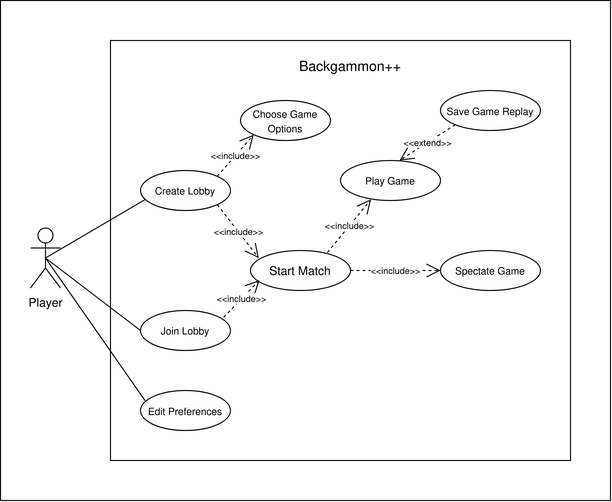
Earlier version of the draw.io export docs/UseCaseDiagram.png (daniilgrbic/BackgammonPP). Source tidied: cells renumbered, new cells last; positions are measured from the earlier drawing's top-left corner, leaving out a move shared by most shapes. The source it was exported from:
```xml
<mxGraphModel>
  <root>
    <mxCell id="0" />
    <mxCell id="1" parent="0" />
    <mxCell id="2" style="whiteSpace=wrap;html=1;" parent="1" vertex="1">
      <mxGeometry width="610" height="500" as="geometry" />
    </mxCell>
    <mxCell id="3" value="&lt;div&gt;Player&lt;/div&gt;" style="shape=umlActor;verticalLabelPosition=bottom;verticalAlign=top;html=1;outlineConnect=0;" parent="1" vertex="1">
      <mxGeometry x="30" y="227.5" width="30" height="60" as="geometry" />
    </mxCell>
    <mxCell id="4" style="rounded=0;whiteSpace=wrap;html=1;" parent="1" vertex="1">
      <mxGeometry x="110" y="40" width="460" height="420" as="geometry" />
    </mxCell>
    <mxCell id="5" value="&lt;font style=&quot;font-size: 14px;&quot;&gt;Backgammon++&lt;/font&gt;" style="text;html=1;strokeColor=none;fillColor=none;align=center;verticalAlign=middle;whiteSpace=wrap;rounded=0;" parent="1" vertex="1">
      <mxGeometry x="300" y="50" width="100" height="30" as="geometry" />
    </mxCell>
    <mxCell id="6" value="&lt;font style=&quot;font-size: 10px;&quot;&gt;Choose Game Options&lt;/font&gt;" style="ellipse;whiteSpace=wrap;html=1;" parent="1" vertex="1">
      <mxGeometry x="240" y="100" width="90" height="40" as="geometry" />
    </mxCell>
    <mxCell id="7" value="Start Match" style="ellipse;whiteSpace=wrap;html=1;" parent="1" vertex="1">
      <mxGeometry x="250" y="250" width="100" height="40" as="geometry" />
    </mxCell>
    <mxCell id="8" value="&lt;div style=&quot;font-size: 10px;&quot;&gt;Create Lobby&lt;/div&gt;" style="ellipse;whiteSpace=wrap;html=1;" parent="1" vertex="1">
      <mxGeometry x="140" y="170" width="90" height="40" as="geometry" />
    </mxCell>
    <mxCell id="9" value="&lt;div style=&quot;font-size: 10px;&quot;&gt;Join Lobby&lt;/div&gt;" style="ellipse;whiteSpace=wrap;html=1;fontSize=10;" parent="1" vertex="1">
      <mxGeometry x="140" y="310" width="90" height="40" as="geometry" />
    </mxCell>
    <mxCell id="10" style="endArrow=none;html=1;rounded=0;exitX=0.5;exitY=0.5;exitDx=0;exitDy=0;exitPerimeter=0;entryX=0.054;entryY=0.723;entryDx=0;entryDy=0;entryPerimeter=0;" parent="1" edge="1" source="3" target="8">
      <mxGeometry relative="1" as="geometry" />
    </mxCell>
    <mxCell id="11" value="&lt;div style=&quot;font-size: 9px;&quot;&gt;&lt;font style=&quot;font-size: 9px;&quot;&gt;&amp;lt;&amp;lt;include&amp;gt;&amp;gt;&lt;/font&gt;&lt;/div&gt;" style="endArrow=open;endSize=12;dashed=1;html=1;rounded=0;exitX=1;exitY=1;exitDx=0;exitDy=0;entryX=0.083;entryY=0.189;entryDx=0;entryDy=0;entryPerimeter=0;" parent="1" edge="1" source="8" target="7">
      <mxGeometry x="-0.01" relative="1" as="geometry" />
    </mxCell>
    <mxCell id="12" style="endArrow=none;html=1;rounded=0;exitX=0.5;exitY=0.5;exitDx=0;exitDy=0;exitPerimeter=0;entryX=0;entryY=0.5;entryDx=0;entryDy=0;" parent="1" edge="1" source="3" target="9">
      <mxGeometry relative="1" as="geometry" />
    </mxCell>
    <mxCell id="13" value="&lt;div style=&quot;font-size: 9px;&quot;&gt;&lt;font style=&quot;font-size: 9px;&quot;&gt;&amp;lt;&amp;lt;include&amp;gt;&amp;gt;&lt;/font&gt;&lt;/div&gt;" style="endArrow=open;endSize=12;dashed=1;html=1;rounded=0;exitX=0.924;exitY=0.172;exitDx=0;exitDy=0;entryX=0.09;entryY=0.741;entryDx=0;entryDy=0;exitPerimeter=0;entryPerimeter=0;" parent="1" edge="1" source="9" target="7">
      <mxGeometry relative="1" as="geometry" />
    </mxCell>
    <mxCell id="14" value="&lt;font style=&quot;font-size: 10px;&quot;&gt;Edit Preferences&lt;/font&gt;" style="ellipse;whiteSpace=wrap;html=1;" parent="1" vertex="1">
      <mxGeometry x="140" y="390" width="90" height="40" as="geometry" />
    </mxCell>
    <mxCell id="15" style="endArrow=none;html=1;rounded=0;exitX=0.5;exitY=0.5;exitDx=0;exitDy=0;exitPerimeter=0;entryX=0.052;entryY=0.257;entryDx=0;entryDy=0;entryPerimeter=0;" parent="1" edge="1" source="3" target="14">
      <mxGeometry relative="1" as="geometry" />
    </mxCell>
    <mxCell id="16" value="&lt;div style=&quot;font-size: 10px;&quot;&gt;Play Game&lt;br&gt;&lt;/div&gt;" style="ellipse;whiteSpace=wrap;html=1;" parent="1" vertex="1">
      <mxGeometry x="340" y="160" width="100" height="40" as="geometry" />
    </mxCell>
    <mxCell id="17" value="&lt;div style=&quot;font-size: 9px;&quot;&gt;&lt;font style=&quot;font-size: 9px;&quot;&gt;&amp;lt;&amp;lt;include&amp;gt;&amp;gt;&lt;/font&gt;&lt;/div&gt;" style="endArrow=open;endSize=12;dashed=1;html=1;rounded=0;exitX=0.769;exitY=0.051;exitDx=0;exitDy=0;entryX=0.305;entryY=0.972;entryDx=0;entryDy=0;exitPerimeter=0;entryPerimeter=0;" parent="1" edge="1" source="7" target="16">
      <mxGeometry relative="1" as="geometry" />
    </mxCell>
    <mxCell id="18" value="&lt;font style=&quot;font-size: 10px;&quot;&gt;Save Game Replay&lt;/font&gt;" style="ellipse;whiteSpace=wrap;html=1;" parent="1" vertex="1">
      <mxGeometry x="440" y="90" width="100" height="40" as="geometry" />
    </mxCell>
    <mxCell id="19" value="&lt;div style=&quot;font-size: 9px;&quot;&gt;&amp;lt;&amp;lt;extend&amp;gt;&amp;gt;&lt;/div&gt;" style="endArrow=open;endSize=12;dashed=1;html=1;rounded=0;entryX=0.591;entryY=-0.002;entryDx=0;entryDy=0;entryPerimeter=0;exitX=0;exitY=1;exitDx=0;exitDy=0;" parent="1" edge="1" source="18" target="16">
      <mxGeometry relative="1" as="geometry" />
    </mxCell>
    <mxCell id="20" value="&lt;div style=&quot;font-size: 10px;&quot;&gt;Spectate Game&lt;br&gt;&lt;/div&gt;" style="ellipse;whiteSpace=wrap;html=1;" parent="1" vertex="1">
      <mxGeometry x="440" y="250" width="100" height="40" as="geometry" />
    </mxCell>
    <mxCell id="21" style="edgeStyle=orthogonalEdgeStyle;rounded=0;orthogonalLoop=1;jettySize=auto;html=1;exitX=0.5;exitY=1;exitDx=0;exitDy=0;" parent="1" edge="1" source="4" target="4">
      <mxGeometry relative="1" as="geometry" />
    </mxCell>
    <mxCell id="22" value="&lt;div style=&quot;font-size: 9px;&quot;&gt;&lt;font style=&quot;font-size: 9px;&quot;&gt;&amp;lt;&amp;lt;include&amp;gt;&amp;gt;&lt;/font&gt;&lt;/div&gt;" style="endArrow=open;endSize=12;dashed=1;html=1;rounded=0;entryX=0;entryY=1;entryDx=0;entryDy=0;exitX=1;exitY=0;exitDx=0;exitDy=0;" parent="1" edge="1" source="8" target="6">
      <mxGeometry x="-0.01" relative="1" as="geometry" />
    </mxCell>
    <mxCell id="23" value="&lt;div style=&quot;font-size: 9px;&quot;&gt;&lt;font style=&quot;font-size: 9px;&quot;&gt;&amp;lt;&amp;lt;include&amp;gt;&amp;gt;&lt;/font&gt;&lt;/div&gt;" style="endArrow=open;endSize=12;dashed=1;html=1;rounded=0;exitX=1;exitY=0.5;exitDx=0;exitDy=0;entryX=0;entryY=0.5;entryDx=0;entryDy=0;" parent="1" edge="1" source="7" target="20">
      <mxGeometry relative="1" as="geometry" />
    </mxCell>
  </root>
</mxGraphModel>
```
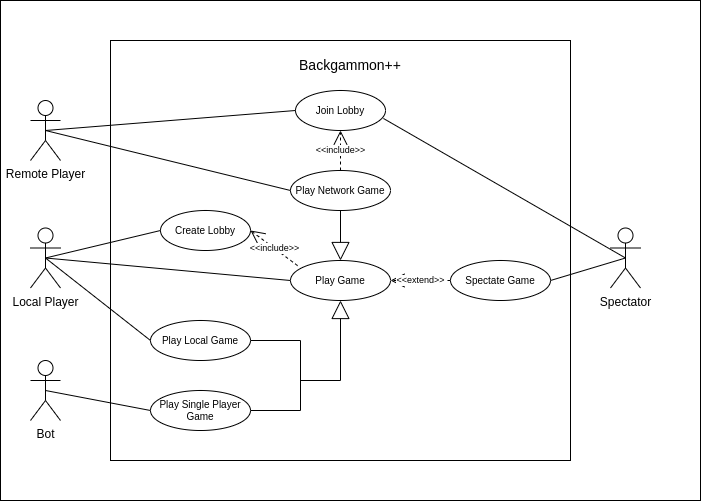
After the change.

Commit message:
Modified Use Case Diagram

Change to the diagram source:
```diff
@@ -3,9 +3,9 @@
     <mxCell id="0" />
     <mxCell id="1" parent="0" />
     <mxCell id="2" style="whiteSpace=wrap;html=1;" parent="1" vertex="1">
-      <mxGeometry width="610" height="500" as="geometry" />
+      <mxGeometry width="700" height="500" as="geometry" />
     </mxCell>
-    <mxCell id="3" value="&lt;div&gt;Player&lt;/div&gt;" style="shape=umlActor;verticalLabelPosition=bottom;verticalAlign=top;html=1;outlineConnect=0;" parent="1" vertex="1">
+    <mxCell id="3" value="&lt;div&gt;Local Player&lt;/div&gt;" style="shape=umlActor;verticalLabelPosition=bottom;verticalAlign=top;html=1;outlineConnect=0;" parent="1" vertex="1">
       <mxGeometry x="30" y="227.5" width="30" height="60" as="geometry" />
     </mxCell>
     <mxCell id="4" style="rounded=0;whiteSpace=wrap;html=1;" parent="1" vertex="1">
@@ -14,59 +14,90 @@
     <mxCell id="5" value="&lt;font style=&quot;font-size: 14px;&quot;&gt;Backgammon++&lt;/font&gt;" style="text;html=1;strokeColor=none;fillColor=none;align=center;verticalAlign=middle;whiteSpace=wrap;rounded=0;" parent="1" vertex="1">
       <mxGeometry x="300" y="50" width="100" height="30" as="geometry" />
     </mxCell>
-    <mxCell id="6" value="&lt;font style=&quot;font-size: 10px;&quot;&gt;Choose Game Options&lt;/font&gt;" style="ellipse;whiteSpace=wrap;html=1;" parent="1" vertex="1">
-      <mxGeometry x="240" y="100" width="90" height="40" as="geometry" />
-    </mxCell>
-    <mxCell id="7" value="Start Match" style="ellipse;whiteSpace=wrap;html=1;" parent="1" vertex="1">
-      <mxGeometry x="250" y="250" width="100" height="40" as="geometry" />
-    </mxCell>
     <mxCell id="8" value="&lt;div style=&quot;font-size: 10px;&quot;&gt;Create Lobby&lt;/div&gt;" style="ellipse;whiteSpace=wrap;html=1;" parent="1" vertex="1">
-      <mxGeometry x="140" y="170" width="90" height="40" as="geometry" />
+      <mxGeometry x="160" y="210" width="90" height="40" as="geometry" />
     </mxCell>
     <mxCell id="9" value="&lt;div style=&quot;font-size: 10px;&quot;&gt;Join Lobby&lt;/div&gt;" style="ellipse;whiteSpace=wrap;html=1;fontSize=10;" parent="1" vertex="1">
-      <mxGeometry x="140" y="310" width="90" height="40" as="geometry" />
+      <mxGeometry x="295" y="90" width="90" height="40" as="geometry" />
     </mxCell>
-    <mxCell id="10" style="endArrow=none;html=1;rounded=0;exitX=0.5;exitY=0.5;exitDx=0;exitDy=0;exitPerimeter=0;entryX=0.054;entryY=0.723;entryDx=0;entryDy=0;entryPerimeter=0;" parent="1" edge="1" source="3" target="8">
-      <mxGeometry relative="1" as="geometry" />
-    </mxCell>
-    <mxCell id="11" value="&lt;div style=&quot;font-size: 9px;&quot;&gt;&lt;font style=&quot;font-size: 9px;&quot;&gt;&amp;lt;&amp;lt;include&amp;gt;&amp;gt;&lt;/font&gt;&lt;/div&gt;" style="endArrow=open;endSize=12;dashed=1;html=1;rounded=0;exitX=1;exitY=1;exitDx=0;exitDy=0;entryX=0.083;entryY=0.189;entryDx=0;entryDy=0;entryPerimeter=0;" parent="1" edge="1" source="8" target="7">
-      <mxGeometry x="-0.01" relative="1" as="geometry" />
-    </mxCell>
-    <mxCell id="12" style="endArrow=none;html=1;rounded=0;exitX=0.5;exitY=0.5;exitDx=0;exitDy=0;exitPerimeter=0;entryX=0;entryY=0.5;entryDx=0;entryDy=0;" parent="1" edge="1" source="3" target="9">
-      <mxGeometry relative="1" as="geometry" />
-    </mxCell>
-    <mxCell id="13" value="&lt;div style=&quot;font-size: 9px;&quot;&gt;&lt;font style=&quot;font-size: 9px;&quot;&gt;&amp;lt;&amp;lt;include&amp;gt;&amp;gt;&lt;/font&gt;&lt;/div&gt;" style="endArrow=open;endSize=12;dashed=1;html=1;rounded=0;exitX=0.924;exitY=0.172;exitDx=0;exitDy=0;entryX=0.09;entryY=0.741;entryDx=0;entryDy=0;exitPerimeter=0;entryPerimeter=0;" parent="1" edge="1" source="9" target="7">
-      <mxGeometry relative="1" as="geometry" />
-    </mxCell>
-    <mxCell id="14" value="&lt;font style=&quot;font-size: 10px;&quot;&gt;Edit Preferences&lt;/font&gt;" style="ellipse;whiteSpace=wrap;html=1;" parent="1" vertex="1">
-      <mxGeometry x="140" y="390" width="90" height="40" as="geometry" />
-    </mxCell>
-    <mxCell id="15" style="endArrow=none;html=1;rounded=0;exitX=0.5;exitY=0.5;exitDx=0;exitDy=0;exitPerimeter=0;entryX=0.052;entryY=0.257;entryDx=0;entryDy=0;entryPerimeter=0;" parent="1" edge="1" source="3" target="14">
-      <mxGeometry relative="1" as="geometry" />
-    </mxCell>
     <mxCell id="16" value="&lt;div style=&quot;font-size: 10px;&quot;&gt;Play Game&lt;br&gt;&lt;/div&gt;" style="ellipse;whiteSpace=wrap;html=1;" parent="1" vertex="1">
-      <mxGeometry x="340" y="160" width="100" height="40" as="geometry" />
+      <mxGeometry x="290" y="260" width="100" height="40" as="geometry" />
     </mxCell>
-    <mxCell id="17" value="&lt;div style=&quot;font-size: 9px;&quot;&gt;&lt;font style=&quot;font-size: 9px;&quot;&gt;&amp;lt;&amp;lt;include&amp;gt;&amp;gt;&lt;/font&gt;&lt;/div&gt;" style="endArrow=open;endSize=12;dashed=1;html=1;rounded=0;exitX=0.769;exitY=0.051;exitDx=0;exitDy=0;entryX=0.305;entryY=0.972;entryDx=0;entryDy=0;exitPerimeter=0;entryPerimeter=0;" parent="1" edge="1" source="7" target="16">
-      <mxGeometry relative="1" as="geometry" />
-    </mxCell>
-    <mxCell id="18" value="&lt;font style=&quot;font-size: 10px;&quot;&gt;Save Game Replay&lt;/font&gt;" style="ellipse;whiteSpace=wrap;html=1;" parent="1" vertex="1">
-      <mxGeometry x="440" y="90" width="100" height="40" as="geometry" />
-    </mxCell>
-    <mxCell id="19" value="&lt;div style=&quot;font-size: 9px;&quot;&gt;&amp;lt;&amp;lt;extend&amp;gt;&amp;gt;&lt;/div&gt;" style="endArrow=open;endSize=12;dashed=1;html=1;rounded=0;entryX=0.591;entryY=-0.002;entryDx=0;entryDy=0;entryPerimeter=0;exitX=0;exitY=1;exitDx=0;exitDy=0;" parent="1" edge="1" source="18" target="16">
-      <mxGeometry relative="1" as="geometry" />
-    </mxCell>
     <mxCell id="20" value="&lt;div style=&quot;font-size: 10px;&quot;&gt;Spectate Game&lt;br&gt;&lt;/div&gt;" style="ellipse;whiteSpace=wrap;html=1;" parent="1" vertex="1">
-      <mxGeometry x="440" y="250" width="100" height="40" as="geometry" />
+      <mxGeometry x="450" y="260" width="100" height="40" as="geometry" />
     </mxCell>
     <mxCell id="21" style="edgeStyle=orthogonalEdgeStyle;rounded=0;orthogonalLoop=1;jettySize=auto;html=1;exitX=0.5;exitY=1;exitDx=0;exitDy=0;" parent="1" edge="1" source="4" target="4">
       <mxGeometry relative="1" as="geometry" />
     </mxCell>
-    <mxCell id="22" value="&lt;div style=&quot;font-size: 9px;&quot;&gt;&lt;font style=&quot;font-size: 9px;&quot;&gt;&amp;lt;&amp;lt;include&amp;gt;&amp;gt;&lt;/font&gt;&lt;/div&gt;" style="endArrow=open;endSize=12;dashed=1;html=1;rounded=0;entryX=0;entryY=1;entryDx=0;entryDy=0;exitX=1;exitY=0;exitDx=0;exitDy=0;" parent="1" edge="1" source="8" target="6">
-      <mxGeometry x="-0.01" relative="1" as="geometry" />
-    </mxCell>
-    <mxCell id="23" value="&lt;div style=&quot;font-size: 9px;&quot;&gt;&lt;font style=&quot;font-size: 9px;&quot;&gt;&amp;lt;&amp;lt;include&amp;gt;&amp;gt;&lt;/font&gt;&lt;/div&gt;" style="endArrow=open;endSize=12;dashed=1;html=1;rounded=0;exitX=1;exitY=0.5;exitDx=0;exitDy=0;entryX=0;entryY=0.5;entryDx=0;entryDy=0;" parent="1" edge="1" source="7" target="20">
-      <mxGeometry relative="1" as="geometry" />
-    </mxCell>
+    <mxCell id="24" value="&lt;div&gt;Remote Player&lt;/div&gt;" style="shape=umlActor;verticalLabelPosition=bottom;verticalAlign=top;html=1;outlineConnect=0;" parent="1" vertex="1">
+      <mxGeometry x="30" y="100" width="30" height="60" as="geometry" />
+    </mxCell>
+    <mxCell id="25" value="&lt;div&gt;Bot&lt;/div&gt;" style="shape=umlActor;verticalLabelPosition=bottom;verticalAlign=top;html=1;outlineConnect=0;" parent="1" vertex="1">
+      <mxGeometry x="30" y="360" width="30" height="60" as="geometry" />
+    </mxCell>
+    <mxCell id="26" value="&lt;div&gt;Spectator&lt;/div&gt;" style="shape=umlActor;verticalLabelPosition=bottom;verticalAlign=top;html=1;outlineConnect=0;" parent="1" vertex="1">
+      <mxGeometry x="610" y="227.5" width="30" height="60" as="geometry" />
+    </mxCell>
+    <mxCell id="27" value="&lt;div style=&quot;font-size: 10px;&quot;&gt;Play Local Game&lt;/div&gt;" style="ellipse;whiteSpace=wrap;html=1;" parent="1" vertex="1">
+      <mxGeometry x="150" y="320" width="100" height="40" as="geometry" />
+    </mxCell>
+    <mxCell id="28" value="&lt;div style=&quot;font-size: 10px;&quot;&gt;Play Network Game&lt;/div&gt;" style="ellipse;whiteSpace=wrap;html=1;" parent="1" vertex="1">
+      <mxGeometry x="290" y="170" width="100" height="40" as="geometry" />
+    </mxCell>
+    <mxCell id="29" value="&lt;div style=&quot;font-size: 10px;&quot;&gt;Play Single Player Game&lt;br&gt;&lt;/div&gt;" style="ellipse;whiteSpace=wrap;html=1;" parent="1" vertex="1">
+      <mxGeometry x="150" y="390" width="100" height="40" as="geometry" />
+    </mxCell>
+    <mxCell id="30" style="endArrow=block;endSize=16;endFill=0;html=1;rounded=0;exitX=0.5;exitY=1;exitDx=0;exitDy=0;entryX=0.5;entryY=0;entryDx=0;entryDy=0;" parent="1" edge="1" source="28" target="16">
+      <mxGeometry relative="1" as="geometry" />
+    </mxCell>
+    <mxCell id="31" style="endArrow=none;html=1;rounded=0;entryX=0.5;entryY=0.5;entryDx=0;entryDy=0;entryPerimeter=0;exitX=1;exitY=0.5;exitDx=0;exitDy=0;" parent="1" edge="1" source="20" target="26">
+      <mxGeometry relative="1" as="geometry" />
+    </mxCell>
+    <mxCell id="19" value="&lt;div style=&quot;font-size: 9px;&quot;&gt;&amp;lt;&amp;lt;extend&amp;gt;&amp;gt;&lt;/div&gt;" style="endArrow=open;endSize=12;dashed=1;html=1;rounded=0;entryX=1;entryY=0.5;entryDx=0;entryDy=0;exitX=0;exitY=0.5;exitDx=0;exitDy=0;" parent="1" edge="1" source="20" target="16">
+      <mxGeometry relative="1" as="geometry" />
+    </mxCell>
+    <mxCell id="32" value="&lt;div style=&quot;font-size: 9px;&quot;&gt;&lt;font style=&quot;font-size: 9px;&quot;&gt;&amp;lt;&amp;lt;include&amp;gt;&amp;gt;&lt;/font&gt;&lt;/div&gt;" style="endArrow=open;endSize=12;dashed=1;html=1;rounded=0;exitX=0.5;exitY=0;exitDx=0;exitDy=0;" parent="1" edge="1" source="28" target="9">
+      <mxGeometry x="-0.01" relative="1" as="geometry" />
+    </mxCell>
+    <mxCell id="33" style="endArrow=none;html=1;rounded=0;entryX=0.5;entryY=0.5;entryDx=0;entryDy=0;entryPerimeter=0;exitX=0.977;exitY=0.699;exitDx=0;exitDy=0;exitPerimeter=0;" parent="1" edge="1" source="9" target="26">
+      <mxGeometry relative="1" as="geometry" />
+    </mxCell>
+    <mxCell id="34" style="endArrow=none;html=1;rounded=0;entryX=0.5;entryY=0.5;entryDx=0;entryDy=0;entryPerimeter=0;exitX=0;exitY=0.5;exitDx=0;exitDy=0;" parent="1" edge="1" source="8" target="3">
+      <mxGeometry relative="1" as="geometry" />
+    </mxCell>
+    <mxCell id="35" style="endArrow=none;html=1;rounded=0;entryX=0.5;entryY=0.5;entryDx=0;entryDy=0;entryPerimeter=0;exitX=0;exitY=0.5;exitDx=0;exitDy=0;" parent="1" edge="1" source="28" target="24">
+      <mxGeometry relative="1" as="geometry" />
+    </mxCell>
+    <mxCell id="36" value="&lt;div style=&quot;font-size: 9px;&quot;&gt;&lt;font style=&quot;font-size: 9px;&quot;&gt;&amp;lt;&amp;lt;include&amp;gt;&amp;gt;&lt;/font&gt;&lt;/div&gt;" style="endArrow=open;endSize=12;dashed=1;html=1;rounded=0;entryX=1;entryY=0.5;entryDx=0;entryDy=0;exitX=0.071;exitY=0.129;exitDx=0;exitDy=0;exitPerimeter=0;" parent="1" edge="1" source="16" target="8">
+      <mxGeometry x="-0.01" relative="1" as="geometry" />
+    </mxCell>
+    <mxCell id="37" style="endArrow=none;html=1;rounded=0;entryX=0.5;entryY=0.5;entryDx=0;entryDy=0;entryPerimeter=0;exitX=0;exitY=0.5;exitDx=0;exitDy=0;" parent="1" edge="1" source="16" target="3">
+      <mxGeometry relative="1" as="geometry" />
+    </mxCell>
+    <mxCell id="38" style="endArrow=none;html=1;rounded=0;exitX=0;exitY=0.5;exitDx=0;exitDy=0;entryX=0.5;entryY=0.5;entryDx=0;entryDy=0;entryPerimeter=0;" parent="1" edge="1" source="29" target="25">
+      <mxGeometry relative="1" as="geometry" />
+    </mxCell>
+    <mxCell id="39" style="endArrow=none;html=1;rounded=0;exitX=1;exitY=0.5;exitDx=0;exitDy=0;entryX=1;entryY=0.5;entryDx=0;entryDy=0;" parent="1" edge="1" source="27" target="29">
+      <mxGeometry relative="1" as="geometry">
+        <Array as="points">
+          <mxPoint x="300" y="340" />
+          <mxPoint x="300" y="410" />
+        </Array>
+      </mxGeometry>
+    </mxCell>
+    <mxCell id="40" style="endArrow=none;html=1;rounded=0;exitX=0;exitY=0.5;exitDx=0;exitDy=0;entryX=0.5;entryY=0.5;entryDx=0;entryDy=0;entryPerimeter=0;" parent="1" edge="1" source="27" target="3">
+      <mxGeometry relative="1" as="geometry" />
+    </mxCell>
+    <mxCell id="41" style="endArrow=none;html=1;rounded=0;exitX=0;exitY=0.5;exitDx=0;exitDy=0;entryX=0.5;entryY=0.5;entryDx=0;entryDy=0;entryPerimeter=0;" parent="1" edge="1" source="9" target="24">
+      <mxGeometry relative="1" as="geometry" />
+    </mxCell>
+    <mxCell id="42" style="endArrow=block;endSize=16;endFill=0;html=1;rounded=0;entryX=0.5;entryY=1;entryDx=0;entryDy=0;" parent="1" edge="1" target="16">
+      <mxGeometry relative="1" as="geometry">
+        <mxPoint x="300" y="380" as="sourcePoint" />
+        <Array as="points">
+          <mxPoint x="340" y="380" />
+        </Array>
+      </mxGeometry>
+    </mxCell>
   </root>
 </mxGraphModel>
```
